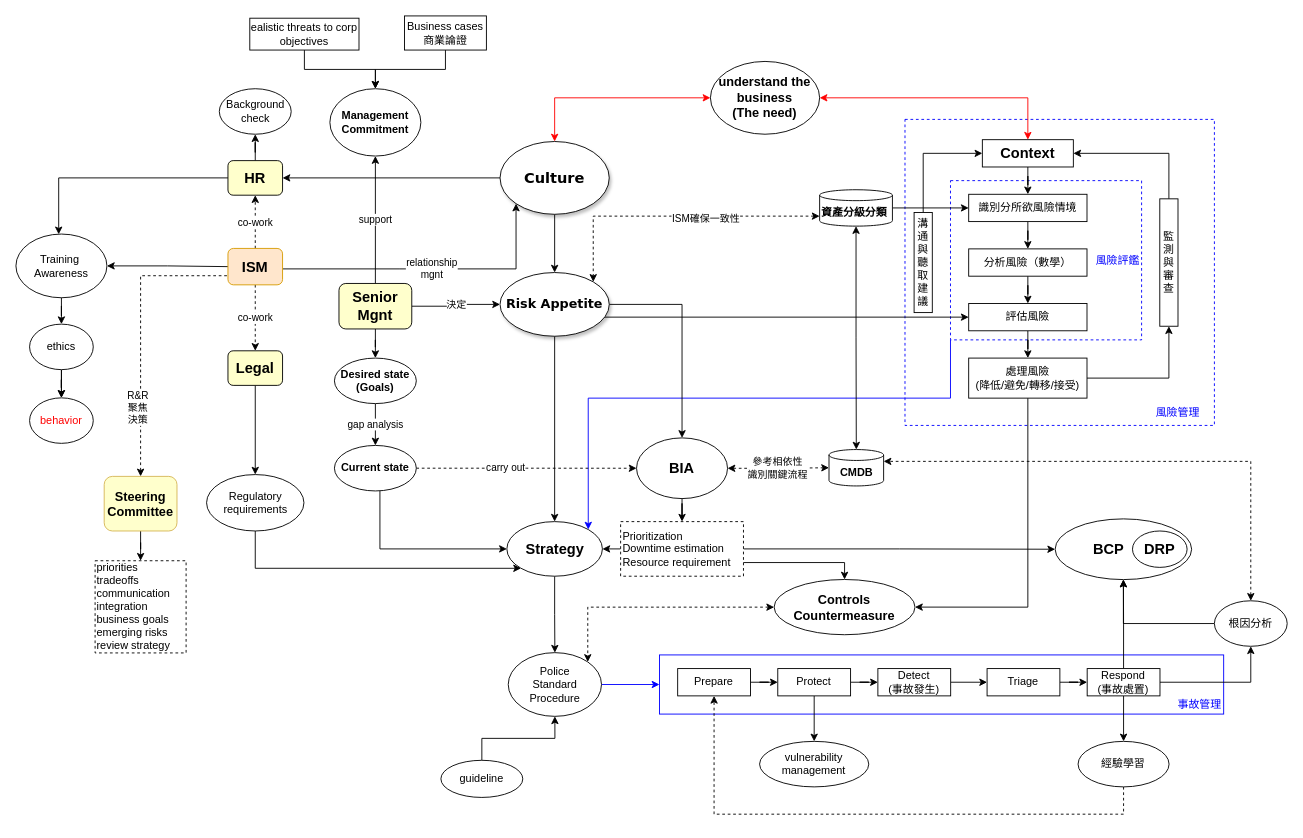
Before: Untitled Diagram.drawio in digipenguin/machinelearn-ndu, a draw.io diagram. Source tidied: cells renumbered, new cells numbered last; positions are measured from the earlier drawing's top-left corner, leaving out a move shared by most shapes. Both pictures are drawn from the tidied source at 91%, with x=0, y=0 at pixel (15, 15).
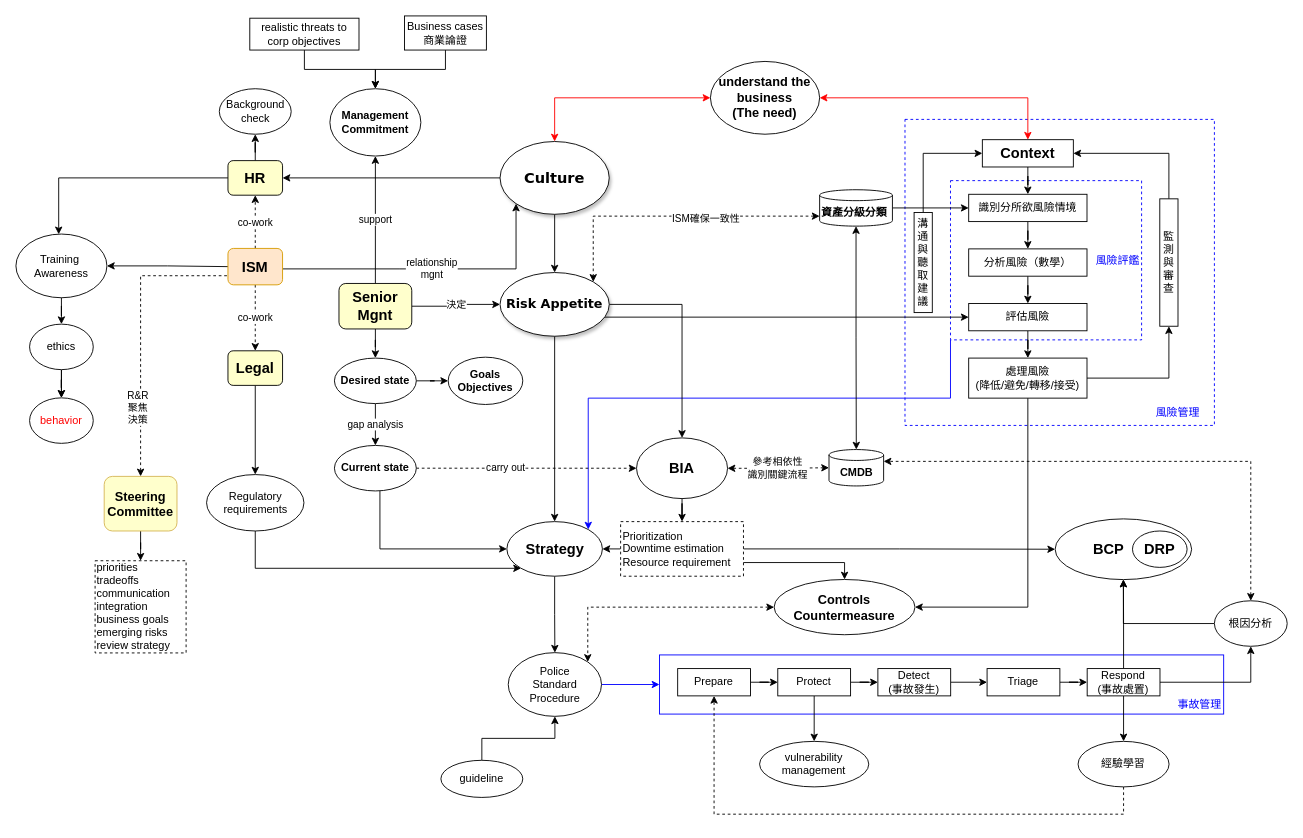
The same page after the edit.

Change to the diagram source:
```diff
@@
+    <mxCell id="112" style="edgeStyle=orthogonalEdgeStyle;rounded=0;jettySize=auto;html=1;startArrow=none;startFill=0;endArrow=classic;endFill=1;strokeColor=#000000;" parent="1" edge="1" source="78" target="113">
+      <mxGeometry relative="1" as="geometry" />
+    </mxCell>
-    <mxCell id="78" value="&lt;b&gt;Desired state&lt;br&gt;(Goals)&lt;/b&gt;" style="ellipse;whiteSpace=wrap;html=1;strokeColor=#000000;fillColor=#FFFFFF;" parent="1" vertex="1">
+    <mxCell id="78" value="&lt;b&gt;Desired state&lt;br&gt;&lt;/b&gt;" style="ellipse;whiteSpace=wrap;html=1;strokeColor=#000000;fillColor=#FFFFFF;" parent="1" vertex="1">
       <mxGeometry x="350" y="376" width="90" height="50" as="geometry" />
     </mxCell>
@@
-    <mxCell id="100" value="&lt;span&gt;ealistic threats to corp objectives&lt;/span&gt;" style="rounded=0;whiteSpace=wrap;html=1;" parent="1" vertex="1">
+    <mxCell id="100" value="&lt;span&gt;realistic threats to corp objectives&lt;/span&gt;" style="rounded=0;whiteSpace=wrap;html=1;" parent="1" vertex="1">
       <mxGeometry x="257" y="2.5" width="120" height="35" as="geometry" />
     </mxCell>
@@
+    <mxCell id="113" value="&lt;b&gt;&lt;span&gt;Goals&lt;/span&gt;&lt;br&gt;&lt;span&gt;Objectives&lt;/span&gt;&lt;/b&gt;" style="ellipse;whiteSpace=wrap;html=1;strokeColor=#000000;fillColor=#FFFFFF;" parent="1" vertex="1">
+      <mxGeometry x="475" y="375" width="82" height="52" as="geometry" />
+    </mxCell>
```
